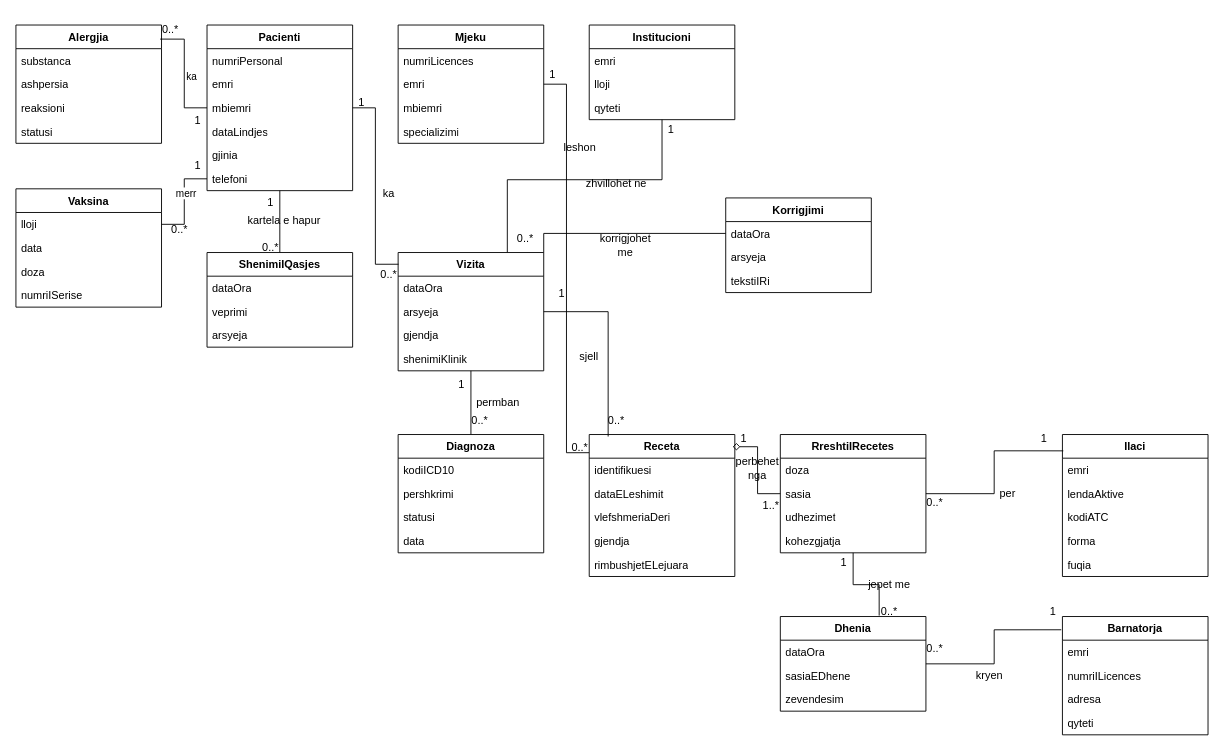
blendaarama/eKartela keeps this draw.io diagram as docs/ModeliKonceptual.drawio. Above is the earlier version. Source tidied: cells renumbered, new cells numbered last; positions are measured from the earlier drawing's top-left corner, leaving out a move shared by most shapes. Both pictures are drawn from the tidied source at 91%, with x=0, y=0 at pixel (15, 15).
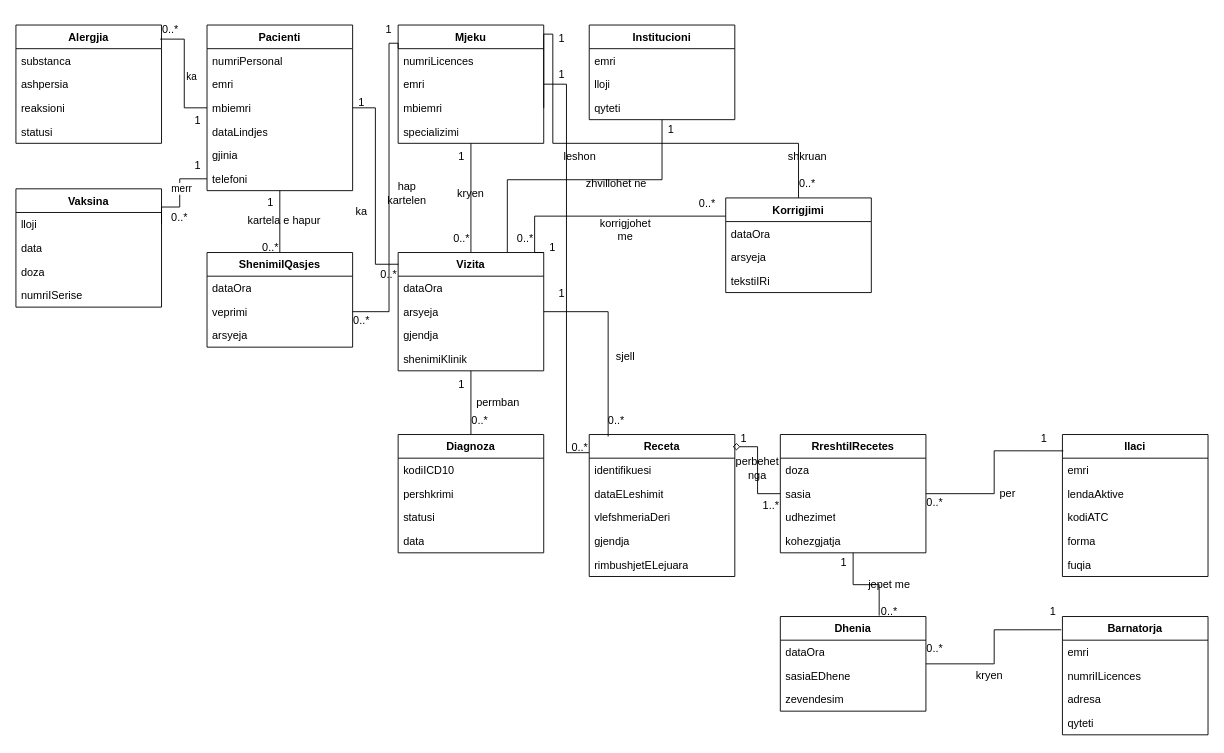
The same diagram, later.

Commit message (it also covers changes not shown here):
korrigjime ne lidhjet

Unchanged cells that the change refers to:
```xml
<mxCell id="9" value="telefoni" style="text;strokeColor=none;fillColor=none;align=left;verticalAlign=top;spacingLeft=4;spacingRight=4;overflow=hidden;points=[[0,0.5],[1,0.5]];portConstraint=eastwest;whiteSpace=wrap;html=1;" parent="3" vertex="1">
  <mxGeometry y="156" width="160" height="26" as="geometry" />
</mxCell>
<mxCell id="11" value="Mjeku" style="swimlane;fontStyle=1;align=center;verticalAlign=top;horizontal=1;startSize=26;whiteSpace=wrap;html=1;" parent="1" vertex="1">
  <mxGeometry x="420" y="10" width="160" height="130" as="geometry" />
</mxCell>
<mxCell id="12" value="numriLicences" style="text;strokeColor=none;fillColor=none;align=left;verticalAlign=top;spacingLeft=4;spacingRight=4;overflow=hidden;points=[[0,0.5],[1,0.5]];portConstraint=eastwest;whiteSpace=wrap;html=1;" parent="11" vertex="1">
  <mxGeometry y="26" width="160" height="26" as="geometry" />
</mxCell>
<mxCell id="14" value="mbiemri" style="text;strokeColor=none;fillColor=none;align=left;verticalAlign=top;spacingLeft=4;spacingRight=4;overflow=hidden;points=[[0,0.5],[1,0.5]];portConstraint=eastwest;whiteSpace=wrap;html=1;" parent="11" vertex="1">
  <mxGeometry y="78" width="160" height="26" as="geometry" />
</mxCell>
<mxCell id="22" value="Vizita" style="swimlane;fontStyle=1;align=center;verticalAlign=top;horizontal=1;startSize=26;whiteSpace=wrap;html=1;" parent="1" vertex="1">
  <mxGeometry x="420" y="260" width="160" height="130" as="geometry" />
</mxCell>
<mxCell id="38" value="lloji" style="text;strokeColor=none;fillColor=none;align=left;verticalAlign=top;spacingLeft=4;spacingRight=4;overflow=hidden;points=[[0,0.5],[1,0.5]];portConstraint=eastwest;whiteSpace=wrap;html=1;" parent="37" vertex="1">
  <mxGeometry y="26" width="160" height="26" as="geometry" />
</mxCell>
<mxCell id="42" value="Korrigjimi" style="swimlane;fontStyle=1;align=center;verticalAlign=top;horizontal=1;startSize=26;whiteSpace=wrap;html=1;" parent="1" vertex="1">
  <mxGeometry x="780" y="200" width="160" height="104" as="geometry" />
</mxCell>
<mxCell id="43" value="dataOra" style="text;strokeColor=none;fillColor=none;align=left;verticalAlign=top;spacingLeft=4;spacingRight=4;overflow=hidden;points=[[0,0.5],[1,0.5]];portConstraint=eastwest;whiteSpace=wrap;html=1;" parent="42" vertex="1">
  <mxGeometry y="26" width="160" height="26" as="geometry" />
</mxCell>
<mxCell id="48" value="veprimi" style="text;strokeColor=none;fillColor=none;align=left;verticalAlign=top;spacingLeft=4;spacingRight=4;overflow=hidden;points=[[0,0.5],[1,0.5]];portConstraint=eastwest;whiteSpace=wrap;html=1;" parent="46" vertex="1">
  <mxGeometry y="52" width="160" height="26" as="geometry" />
</mxCell>
```

What changed in the source:
```diff
@@
+    <mxCell id="122" style="edgeStyle=orthogonalEdgeStyle;rounded=0;jettySize=auto;html=1;entryX=0.5;entryY=0;entryDx=0;entryDy=0;endArrow=none;endFill=0;" parent="1" edge="1" source="11" target="22">
+      <mxGeometry relative="1" as="geometry" />
+    </mxCell>
@@
+    <mxCell id="123" style="edgeStyle=orthogonalEdgeStyle;rounded=0;jettySize=auto;html=1;entryX=1;entryY=0.5;entryDx=0;entryDy=0;endArrow=none;endFill=0;" parent="1" edge="1" source="42" target="14">
+      <mxGeometry relative="1" as="geometry">
+        <Array as="points">
+          <mxPoint x="860" y="140" />
+          <mxPoint x="590" y="140" />
+          <mxPoint x="590" y="20" />
+          <mxPoint x="580" y="20" />
+        </Array>
+      </mxGeometry>
+    </mxCell>
@@
     <mxCell id="77" value="ka" style="text;html=1;whiteSpace=wrap;strokeColor=none;fillColor=none;align=center;verticalAlign=middle;rounded=0;" parent="1" vertex="1">
-      <mxGeometry x="380" y="180" width="60" height="30" as="geometry" />
+      <mxGeometry x="350" y="200" width="60" height="30" as="geometry" />
     </mxCell>
@@
     <mxCell id="84" style="edgeStyle=orthogonalEdgeStyle;rounded=0;jettySize=auto;html=1;entryX=1;entryY=0.5;entryDx=0;entryDy=0;endArrow=none;endFill=0;" parent="1" edge="1" source="9" target="38">
-      <mxGeometry relative="1" as="geometry" />
+      <mxGeometry relative="1" as="geometry">
+        <Array as="points">
+          <mxPoint x="180" y="179" />
+          <mxPoint x="180" y="210" />
+          <mxPoint x="160" y="210" />
+        </Array>
+      </mxGeometry>
     </mxCell>
@@
     <mxCell id="87" value="0..*" style="text;html=1;whiteSpace=wrap;strokeColor=none;fillColor=none;align=center;verticalAlign=middle;rounded=0;" parent="1" vertex="1">
-      <mxGeometry x="150" y="220" width="60" height="30" as="geometry" />
+      <mxGeometry x="150" y="207" width="60" height="30" as="geometry" />
     </mxCell>
@@
     <mxCell id="100" value="sjell" style="text;html=1;whiteSpace=wrap;strokeColor=none;fillColor=none;align=center;verticalAlign=middle;rounded=0;" parent="1" vertex="1">
-      <mxGeometry x="600" y="360" width="60" height="30" as="geometry" />
+      <mxGeometry x="640" y="360" width="60" height="30" as="geometry" />
     </mxCell>
@@
     <mxCell id="102" value="1" style="text;html=1;whiteSpace=wrap;strokeColor=none;fillColor=none;align=center;verticalAlign=middle;rounded=0;" parent="1" vertex="1">
-      <mxGeometry x="560" y="50" width="60" height="30" as="geometry" />
+      <mxGeometry x="570" y="50" width="60" height="30" as="geometry" />
     </mxCell>
@@
     <mxCell id="108" value="leshon" style="text;html=1;whiteSpace=wrap;strokeColor=none;fillColor=none;align=center;verticalAlign=middle;rounded=0;" parent="1" vertex="1">
-      <mxGeometry x="590" y="130" width="60" height="30" as="geometry" />
+      <mxGeometry x="590" y="140" width="60" height="30" as="geometry" />
     </mxCell>
@@
-    <mxCell id="120" style="edgeStyle=orthogonalEdgeStyle;rounded=0;jettySize=auto;html=1;entryX=1;entryY=0;entryDx=0;entryDy=0;endArrow=none;endFill=0;" parent="1" edge="1" source="43" target="22">
-      <mxGeometry relative="1" as="geometry" />
+    <mxCell id="120" style="edgeStyle=orthogonalEdgeStyle;rounded=0;jettySize=auto;html=1;entryX=0.333;entryY=0.667;entryDx=0;entryDy=0;endArrow=none;endFill=0;entryPerimeter=0;" parent="1" edge="1" target="125">
+      <mxGeometry relative="1" as="geometry">
+        <mxPoint x="780" y="220" as="sourcePoint" />
+        <Array as="points">
+          <mxPoint x="570" y="220" />
+          <mxPoint x="570" y="260" />
+        </Array>
+      </mxGeometry>
     </mxCell>
     <mxCell id="121" value="korrigjohet me" style="text;html=1;whiteSpace=wrap;strokeColor=none;fillColor=none;align=center;verticalAlign=middle;rounded=0;" parent="1" vertex="1">
-      <mxGeometry x="640" y="237" width="60" height="30" as="geometry" />
+      <mxGeometry x="640" y="220" width="60" height="30" as="geometry" />
     </mxCell>
+    <mxCell id="124" value="0..*" style="text;html=1;whiteSpace=wrap;strokeColor=none;fillColor=none;align=center;verticalAlign=middle;rounded=0;" parent="1" vertex="1">
+      <mxGeometry x="730" y="192" width="60" height="30" as="geometry" />
+    </mxCell>
+    <mxCell id="125" value="1" style="text;html=1;whiteSpace=wrap;strokeColor=none;fillColor=none;align=center;verticalAlign=middle;rounded=0;" parent="1" vertex="1">
+      <mxGeometry x="560" y="240" width="60" height="30" as="geometry" />
+    </mxCell>
+    <mxCell id="126" value="kryen" style="text;html=1;whiteSpace=wrap;strokeColor=none;fillColor=none;align=center;verticalAlign=middle;rounded=0;" parent="1" vertex="1">
+      <mxGeometry x="470" y="180" width="60" height="30" as="geometry" />
+    </mxCell>
+    <mxCell id="127" value="1" style="text;html=1;whiteSpace=wrap;strokeColor=none;fillColor=none;align=center;verticalAlign=middle;rounded=0;" parent="1" vertex="1">
+      <mxGeometry x="460" y="140" width="60" height="30" as="geometry" />
+    </mxCell>
+    <mxCell id="128" value="0..*" style="text;html=1;whiteSpace=wrap;strokeColor=none;fillColor=none;align=center;verticalAlign=middle;rounded=0;" parent="1" vertex="1">
+      <mxGeometry x="460" y="230" width="60" height="30" as="geometry" />
+    </mxCell>
+    <mxCell id="129" value="0..*" style="text;html=1;whiteSpace=wrap;strokeColor=none;fillColor=none;align=center;verticalAlign=middle;rounded=0;" parent="1" vertex="1">
+      <mxGeometry x="840" y="170" width="60" height="30" as="geometry" />
+    </mxCell>
+    <mxCell id="130" value="1" style="text;html=1;whiteSpace=wrap;strokeColor=none;fillColor=none;align=center;verticalAlign=middle;rounded=0;" parent="1" vertex="1">
+      <mxGeometry x="570" y="10" width="60" height="30" as="geometry" />
+    </mxCell>
+    <mxCell id="131" value="shkruan" style="text;html=1;whiteSpace=wrap;strokeColor=none;fillColor=none;align=center;verticalAlign=middle;rounded=0;" parent="1" vertex="1">
+      <mxGeometry x="840" y="140" width="60" height="30" as="geometry" />
+    </mxCell>
+    <mxCell id="132" style="edgeStyle=orthogonalEdgeStyle;rounded=0;jettySize=auto;html=1;endArrow=none;endFill=0;" parent="1" edge="1" source="48" target="12">
+      <mxGeometry relative="1" as="geometry">
+        <Array as="points">
+          <mxPoint x="410" y="325" />
+          <mxPoint x="410" y="30" />
+          <mxPoint x="420" y="30" />
+        </Array>
+      </mxGeometry>
+    </mxCell>
+    <mxCell id="133" value="1" style="text;html=1;whiteSpace=wrap;strokeColor=none;fillColor=none;align=center;verticalAlign=middle;rounded=0;" parent="1" vertex="1">
+      <mxGeometry x="380" width="60" height="30" as="geometry" />
+    </mxCell>
+    <mxCell id="134" value="0..*" style="text;html=1;whiteSpace=wrap;strokeColor=none;fillColor=none;align=center;verticalAlign=middle;rounded=0;" parent="1" vertex="1">
+      <mxGeometry x="350" y="320" width="60" height="30" as="geometry" />
+    </mxCell>
+    <mxCell id="135" value="hap kartelen" style="text;html=1;whiteSpace=wrap;strokeColor=none;fillColor=none;align=center;verticalAlign=middle;rounded=0;" parent="1" vertex="1">
+      <mxGeometry x="400" y="180" width="60" height="30" as="geometry" />
+    </mxCell>
```
